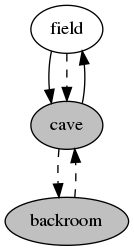
Before: map.png, a diagram exported from Graphviz (ShortRibs11/TextBasedAdventureGame). Its source is kept beside it as map.gv.
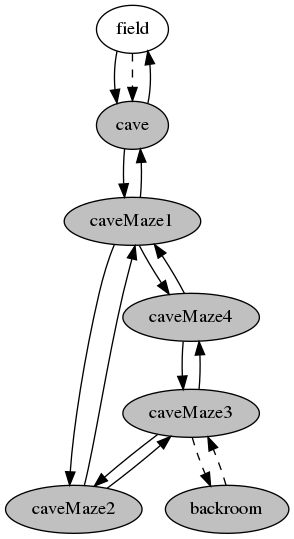
Later version of the same file.

Change to the diagram source:
```diff
@@ -1,9 +1,19 @@
 digraph map {
 	node [style=filled, fillcolor=grey]
 	field [fillcolor=white]
+	cave -> caveMaze1
+	caveMaze1 -> cave
+	caveMaze1 -> caveMaze2
+	caveMaze2 -> caveMaze3
+	caveMaze3 -> caveMaze4
+	caveMaze4 -> caveMaze1
+	caveMaze1 -> caveMaze4
+	caveMaze4 -> caveMaze3
+	caveMaze3 -> caveMaze2
+	caveMaze2 -> caveMaze1
 	field -> cave
 	field -> cave [style=dashed]
 	cave -> field
-	cave -> backroom [style=dashed]
-	backroom -> cave [style=dashed]
+	caveMaze3 -> backroom [style=dashed]
+	backroom -> caveMaze3 [style=dashed]
 }
```
